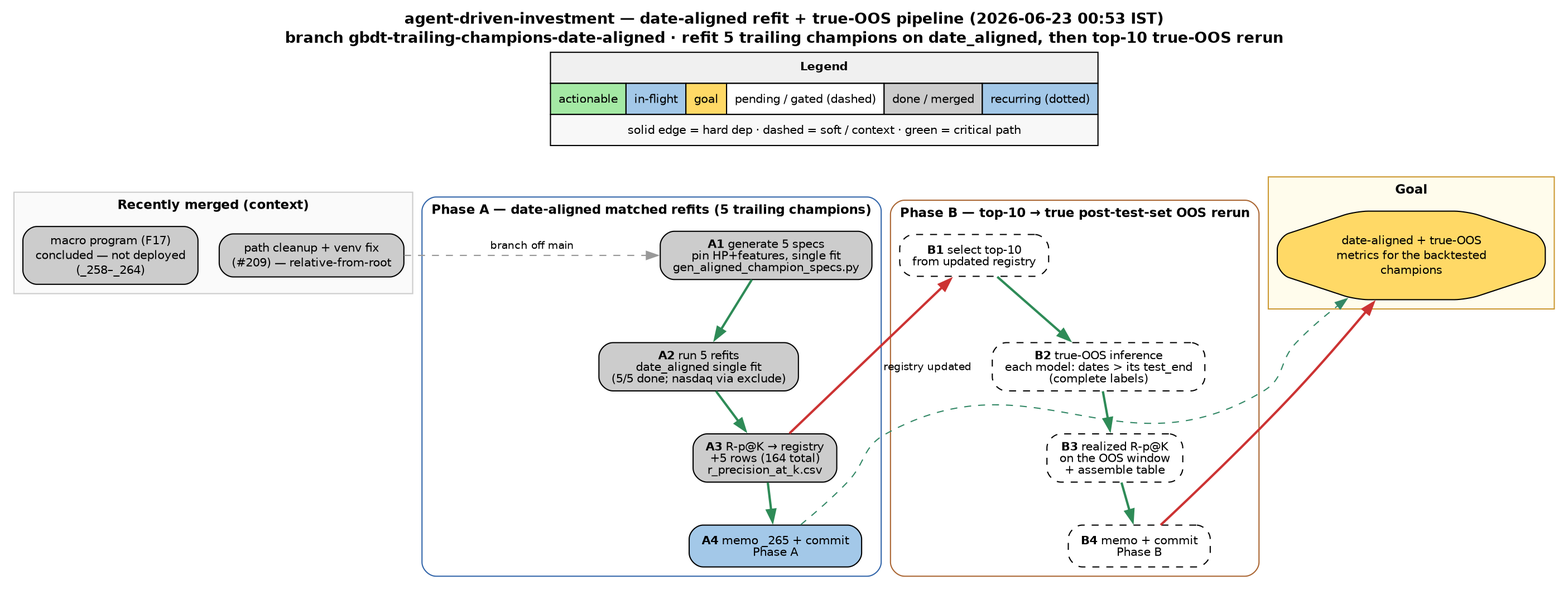
Above: docs/task_dependencies.png in shayanrc/agent-driven-investment (Graphviz), before the change. Its source is kept beside it as docs/task_dependencies.dot.
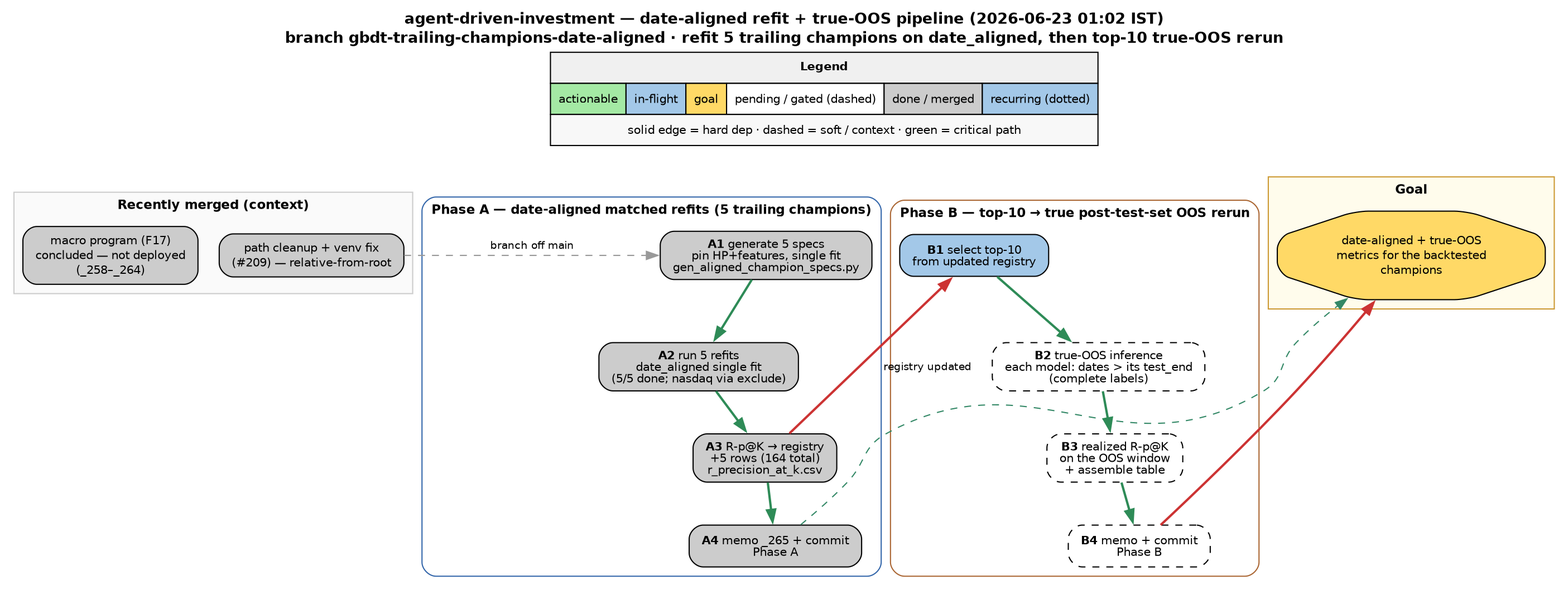
Later version of the same file.

Commit message:
chore(graph): Phase A complete (A4 done), B1 in-flight

Diff of the diagram source:
```diff
@@ -4,7 +4,7 @@
   bgcolor="white";
   node [fontname="Helvetica", fontsize=10, shape=box, style="rounded,filled", margin="0.15,0.08"];
   edge [fontname="Helvetica", fontsize=9];
-  graph [labelloc="t", label="agent-driven-investment — date-aligned refit + true-OOS pipeline (2026-06-23 00:53 IST)\nbranch gbdt-trailing-champions-date-aligned · refit 5 trailing champions on date_aligned, then top-10 true-OOS rerun", fontsize=13, fontname="Helvetica-Bold"];
+  graph [labelloc="t", label="agent-driven-investment — date-aligned refit + true-OOS pipeline (2026-06-23 01:02 IST)\nbranch gbdt-trailing-champions-date-aligned · refit 5 trailing champions on date_aligned, then top-10 true-OOS rerun", fontsize=13, fontname="Helvetica-Bold"];
 
   {
     rank=source;
@@ -38,13 +38,13 @@
     A1 [label=<<B>A1</B> generate 5 specs<BR/>pin HP+features, single fit<BR/>gen_aligned_champion_specs.py>, fillcolor="#cccccc"];
     A2 [label=<<B>A2</B> run 5 refits<BR/>date_aligned single fit<BR/>(5/5 done; nasdaq via exclude)>, fillcolor="#cccccc"];
     A3 [label=<<B>A3</B> R-p@K &rarr; registry<BR/>+5 rows (164 total)<BR/>r_precision_at_k.csv>, fillcolor="#cccccc"];
-    A4 [label=<<B>A4</B> memo _265 + commit<BR/>Phase A>, fillcolor="#a3c8e8"];
+    A4 [label=<<B>A4</B> memo _265 + commit<BR/>Phase A>, fillcolor="#cccccc"];
   }
 
   subgraph cluster_B {
     label = "Phase B — top-10 &rarr; true post-test-set OOS rerun";
     style = "rounded"; color = "#aa6633"; fontname = "Helvetica-Bold"; fontsize = 11;
-    B1 [label=<<B>B1</B> select top-10<BR/>from updated registry>, fillcolor="#ffffff", style="rounded,filled,dashed"];
+    B1 [label=<<B>B1</B> select top-10<BR/>from updated registry>, fillcolor="#a3c8e8"];
     B2 [label=<<B>B2</B> true-OOS inference<BR/>each model: dates &gt; its test_end<BR/>(complete labels)>, fillcolor="#ffffff", style="rounded,filled,dashed"];
     B3 [label=<<B>B3</B> realized R-p@K<BR/>on the OOS window<BR/>+ assemble table>, fillcolor="#ffffff", style="rounded,filled,dashed"];
     B4 [label=<<B>B4</B> memo + commit<BR/>Phase B>, fillcolor="#ffffff", style="rounded,filled,dashed"];
```
